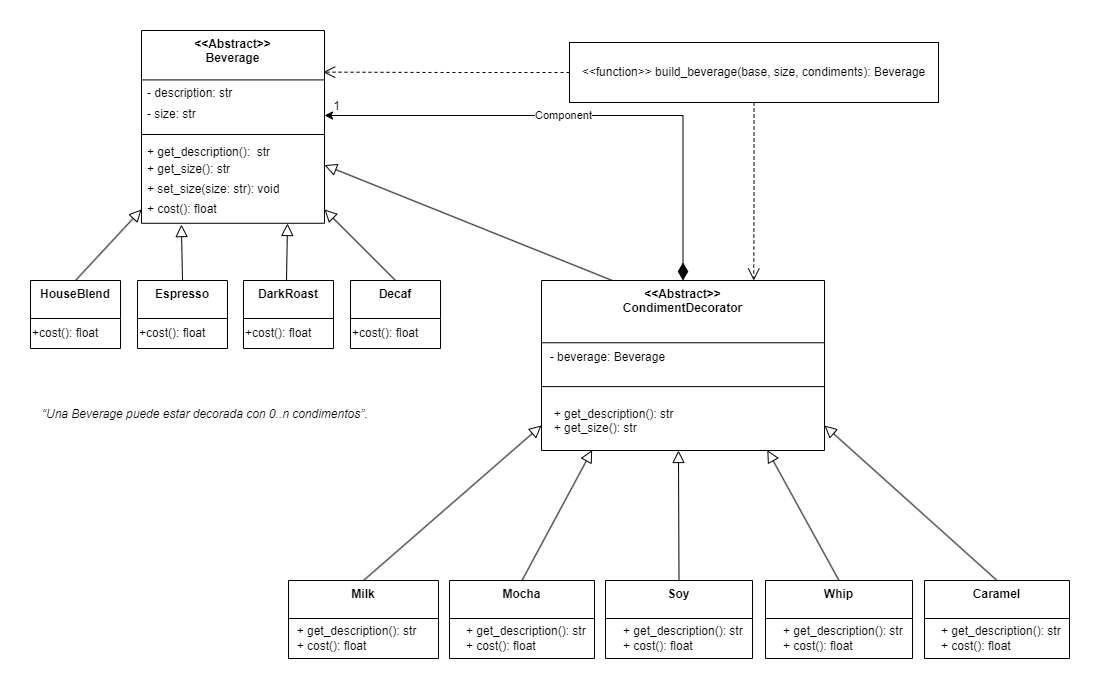
This is Decorator/img/Decorator_diagrama.png from IgnacioPuertas/Programacion2-2025-2c, a draw.io export, as it was before one commit. Source tidied: cells renumbered, new cells last; positions are measured from the earlier drawing's top-left corner, leaving out a move shared by most shapes.
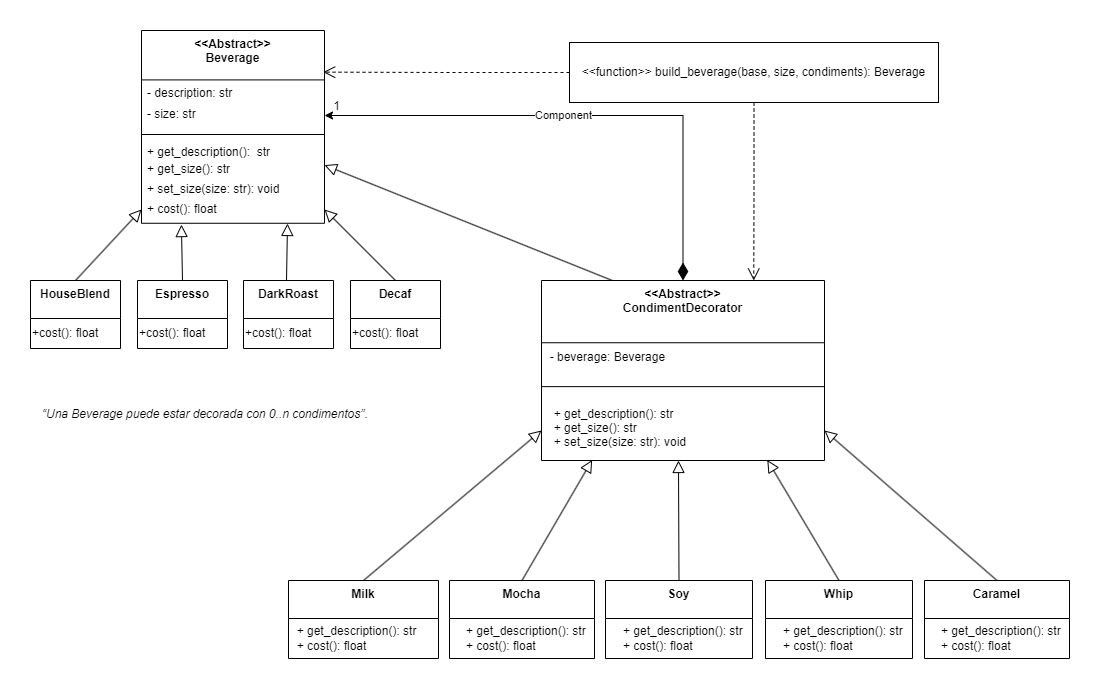
The same diagram one commit later.

Commit message:
Diagrama_actualizado

Change to the diagram source:
```diff
@@ -66,7 +66,7 @@
       <mxGeometry x="0.09" y="-1" relative="1" as="geometry" />
     </mxCell>
     <mxCell id="23" value="&lt;&lt;Abstract&gt;&gt;&#10;CondimentDecorator" style="swimlane;fontStyle=1;align=center;verticalAlign=top;horizontal=1;startSize=62.25;" parent="1" vertex="1">
-      <mxGeometry x="511" y="250" width="283" height="170" as="geometry" />
+      <mxGeometry x="511" y="250" width="283" height="180" as="geometry" />
     </mxCell>
     <mxCell id="24" value="&lt;div&gt;&amp;nbsp; - beverage: Beverage&lt;/div&gt;" style="text;html=1;align=left;verticalAlign=middle;strokeColor=none;fillColor=none;" parent="23" vertex="1">
       <mxGeometry y="62.2" width="283" height="30" as="geometry" />
@@ -74,8 +74,8 @@
     <mxCell id="25" style="line;strokeWidth=1;fillColor=none;align=left;verticalAlign=middle;spacingTop=-1;spacingLeft=3;spacingRight=3;labelPosition=right;strokeColor=inherit;" parent="23" vertex="1">
       <mxGeometry y="92.2" width="283" height="27.8" as="geometry" />
     </mxCell>
-    <mxCell id="26" value="  + get_description(): str&#10;  + get_size(): str" style="text;strokeColor=none;fillColor=none;align=left;verticalAlign=top;spacingLeft=4;spacingRight=4;overflow=hidden;points=[[0,0.5],[1,0.5]];portConstraint=eastwest;" parent="23" vertex="1">
-      <mxGeometry y="120" width="283" height="50" as="geometry" />
+    <mxCell id="26" value="  + get_description(): str&#10;  + get_size(): str&#10;  + set_size(size: str): void" style="text;strokeColor=none;fillColor=none;align=left;verticalAlign=top;spacingLeft=4;spacingRight=4;overflow=hidden;points=[[0,0.5],[1,0.5]];portConstraint=eastwest;" parent="23" vertex="1">
+      <mxGeometry y="120" width="283" height="60" as="geometry" />
     </mxCell>
     <mxCell id="27" style="rounded=0;jettySize=auto;html=1;exitX=0.5;exitY=0;exitDx=0;exitDy=0;entryX=0;entryY=0.5;entryDx=0;entryDy=0;endArrow=block;endFill=0;endSize=10;" parent="1" edge="1" source="28" target="26">
       <mxGeometry relative="1" as="geometry" />
```
